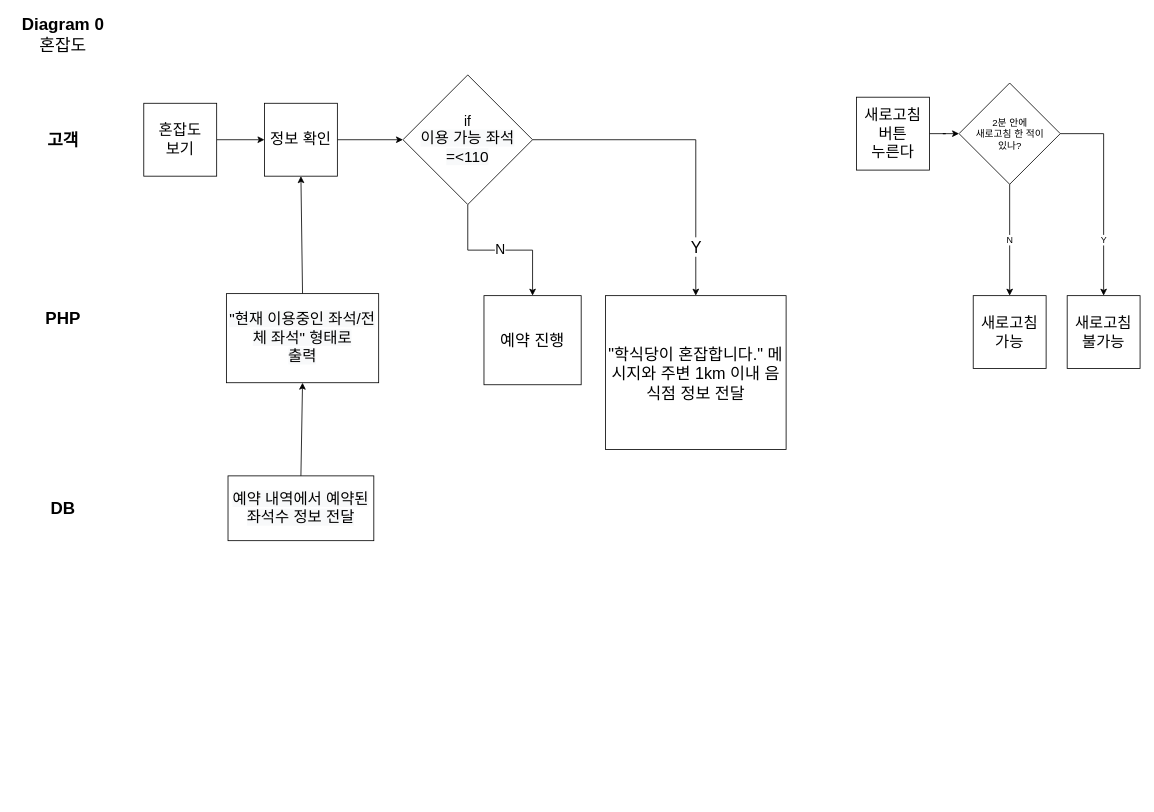
Before: milzipdo.drawio in StrongCatWill/SWProject, a draw.io diagram. Source tidied: cells renumbered, new cells numbered last; positions are measured from the earlier drawing's top-left corner, leaving out a move shared by most shapes. Both pictures are drawn from the tidied source at 81%, with x=0, y=0 at pixel (14, 18).
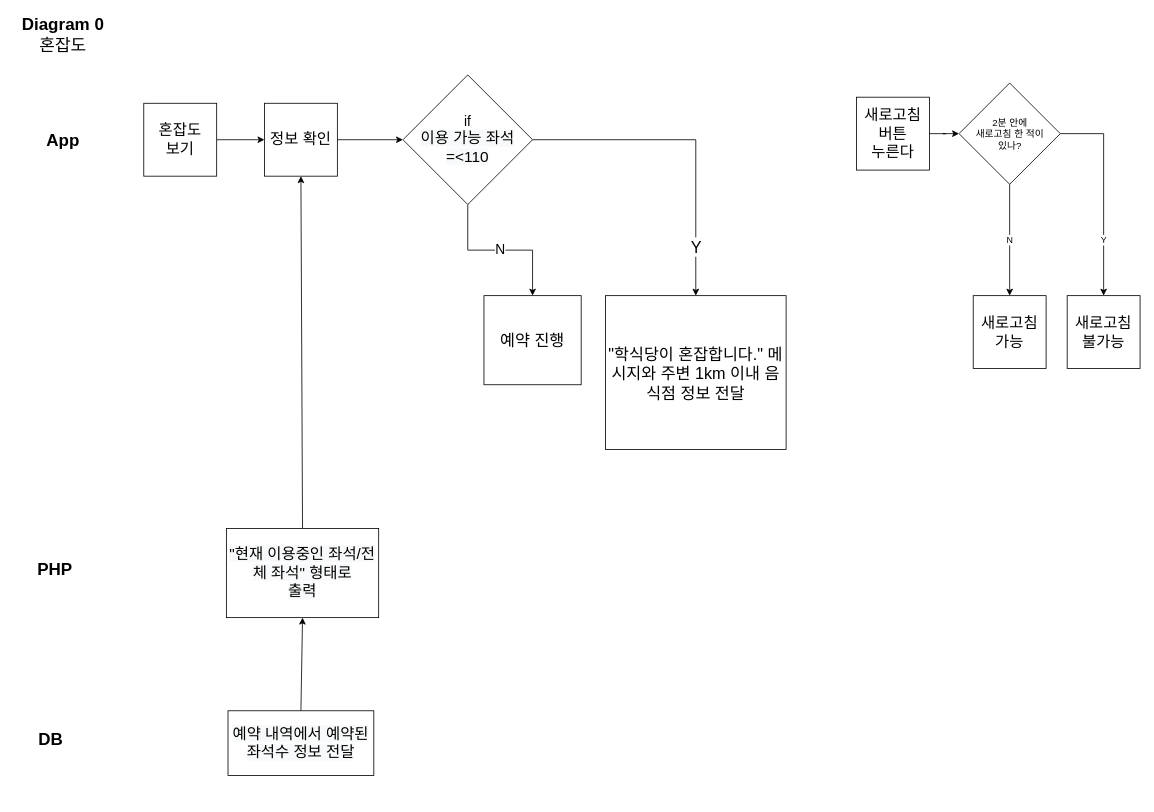
Above is the later version.

Diff of the diagram source:
```diff
@@
-    <mxCell id="6" value="&lt;font style=&quot;font-size: 21px&quot;&gt;&lt;b&gt;고객&lt;/b&gt;&lt;/font&gt;" style="text;html=1;align=center;verticalAlign=middle;strokeColor=none;fillColor=none;fontSize=13;" parent="1" vertex="1">
+    <mxCell id="6" value="&lt;span style=&quot;font-size: 21px&quot;&gt;&lt;b&gt;App&lt;/b&gt;&lt;/span&gt;" style="text;html=1;align=center;verticalAlign=middle;strokeColor=none;fillColor=none;fontSize=13;" parent="1" vertex="1">
       <mxGeometry x="30" y="140" width="60" height="20" as="geometry" />
     </mxCell>
     <mxCell id="7" value="&lt;span style=&quot;font-size: 21px&quot;&gt;&lt;b&gt;PHP&lt;/b&gt;&lt;/span&gt;" style="text;html=1;align=center;verticalAlign=middle;strokeColor=none;fillColor=none;fontSize=13;" parent="1" vertex="1">
-      <mxGeometry x="30" y="360" width="60" height="20" as="geometry" />
+      <mxGeometry x="20" y="670" width="60" height="20" as="geometry" />
     </mxCell>
     <mxCell id="8" value="&lt;span style=&quot;font-size: 21px&quot;&gt;&lt;b&gt;DB&lt;/b&gt;&lt;/span&gt;" style="text;html=1;align=center;verticalAlign=middle;strokeColor=none;fillColor=none;fontSize=13;" parent="1" vertex="1">
-      <mxGeometry x="35" y="595" width="50" height="20" as="geometry" />
+      <mxGeometry x="20" y="880" width="50" height="20" as="geometry" />
     </mxCell>
@@
     <mxCell id="10" value="&lt;span style=&quot;color: rgb(0 , 0 , 0) ; font-family: &amp;#34;helvetica&amp;#34; ; font-size: 19px ; font-style: normal ; font-weight: 400 ; letter-spacing: normal ; text-align: center ; text-indent: 0px ; text-transform: none ; word-spacing: 0px ; background-color: rgb(248 , 249 , 250) ; display: inline ; float: none&quot;&gt;&quot;현재 이용중인 좌석/전체 좌석&quot; 형태로 &lt;br&gt;출력&lt;/span&gt;" style="rounded=0;whiteSpace=wrap;html=1;fontSize=19;" parent="1" vertex="1">
-      <mxGeometry x="262" y="340" width="188" height="110" as="geometry" />
+      <mxGeometry x="262" y="630" width="188" height="110" as="geometry" />
     </mxCell>
     <mxCell id="11" value="&#10;&#10;&lt;span style=&quot;color: rgb(0, 0, 0); font-family: helvetica; font-size: 19px; font-style: normal; font-weight: 400; letter-spacing: normal; text-align: center; text-indent: 0px; text-transform: none; word-spacing: 0px; background-color: rgb(248, 249, 250); display: inline; float: none;&quot;&gt;예약 내역에서 예약된 좌석수 정보 전달&lt;/span&gt;&#10;&#10;" style="rounded=0;whiteSpace=wrap;html=1;fontSize=19;" parent="1" vertex="1">
-      <mxGeometry x="264" y="565" width="180" height="80" as="geometry" />
+      <mxGeometry x="264" y="855" width="180" height="80" as="geometry" />
     </mxCell>
```
